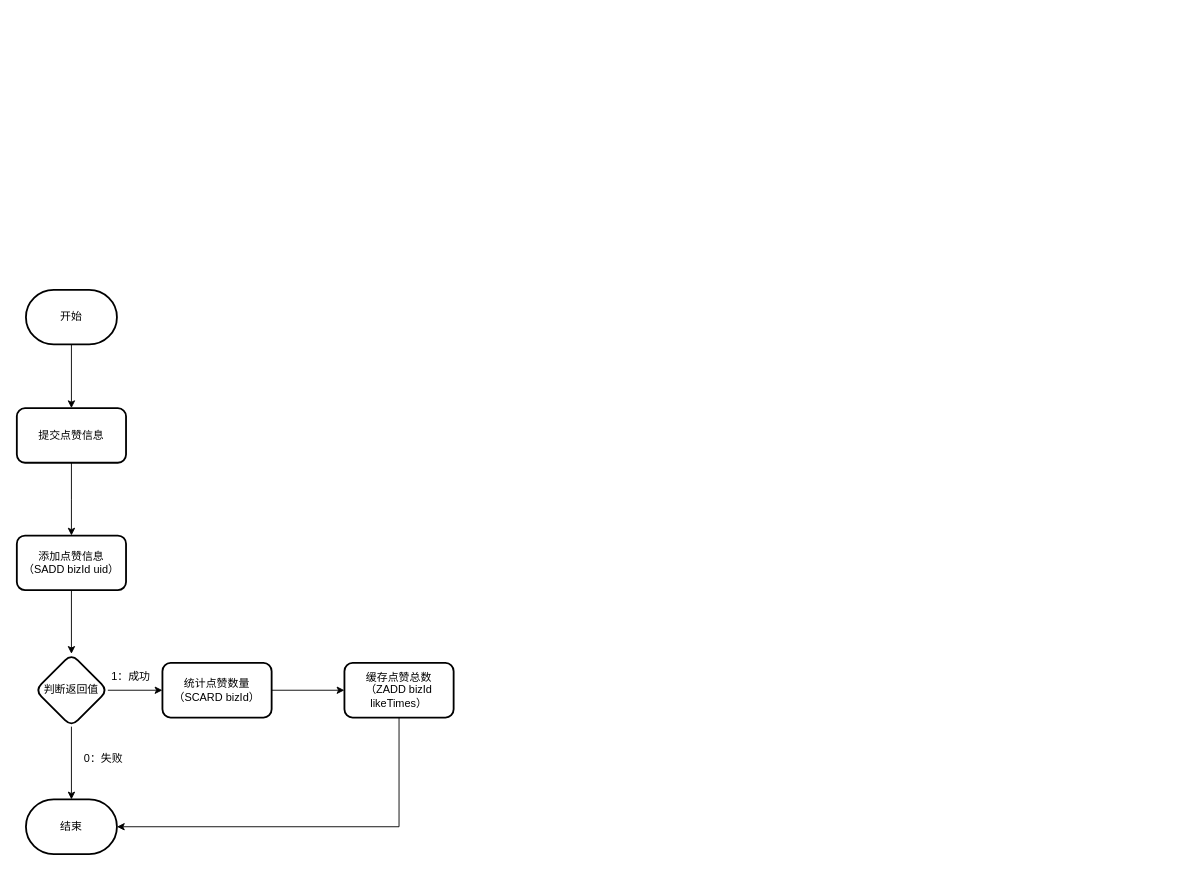
Before: learnhub/点赞流程图.drawio in lianyutian/drawio, a draw.io diagram. Source tidied: cells renumbered, new cells numbered last; positions are measured from the earlier drawing's top-left corner, leaving out a move shared by most shapes. Both pictures are drawn from the tidied source at 91%, with x=0, y=0 at pixel (16, 289).
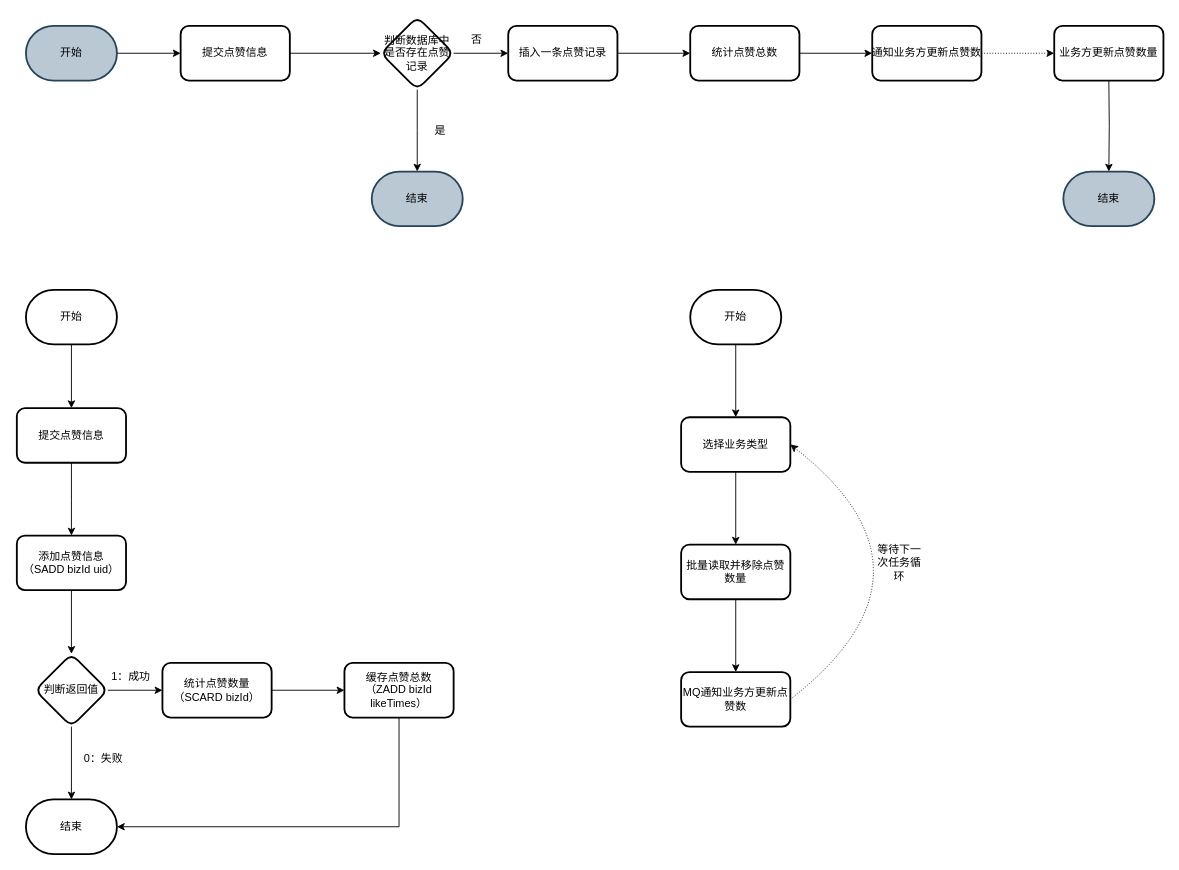
Above is the later version.

Commit message (it also covers changes not shown here):
更新点赞流程图.drawio

Change to the diagram source:
```diff
@@
+    <mxCell id="18" style="edgeStyle=orthogonalEdgeStyle;rounded=0;jettySize=auto;html=1;" parent="1" edge="1" source="19" target="21">
+      <mxGeometry relative="1" as="geometry" />
+    </mxCell>
+    <mxCell id="19" value="开始" style="strokeWidth=2;html=1;shape=mxgraph.flowchart.terminator;whiteSpace=wrap;" parent="1" vertex="1">
+      <mxGeometry x="740" width="100" height="60" as="geometry" />
+    </mxCell>
+    <mxCell id="20" style="edgeStyle=orthogonalEdgeStyle;rounded=0;jettySize=auto;html=1;" parent="1" edge="1" source="21" target="23">
+      <mxGeometry relative="1" as="geometry" />
+    </mxCell>
+    <mxCell id="21" value="选择业务类型" style="rounded=1;whiteSpace=wrap;html=1;strokeWidth=2;" parent="1" vertex="1">
+      <mxGeometry x="730" y="140" width="120" height="60" as="geometry" />
+    </mxCell>
+    <mxCell id="22" style="edgeStyle=orthogonalEdgeStyle;rounded=0;jettySize=auto;html=1;" parent="1" edge="1" source="23" target="24">
+      <mxGeometry relative="1" as="geometry" />
+    </mxCell>
+    <mxCell id="23" value="批量读取并移除点赞数量" style="rounded=1;whiteSpace=wrap;html=1;strokeWidth=2;" parent="1" vertex="1">
+      <mxGeometry x="730" y="280" width="120" height="60" as="geometry" />
+    </mxCell>
+    <mxCell id="24" value="MQ通知业务方更新点赞数" style="rounded=1;whiteSpace=wrap;html=1;strokeWidth=2;" parent="1" vertex="1">
+      <mxGeometry x="730" y="420" width="120" height="60" as="geometry" />
+    </mxCell>
+    <mxCell id="25" style="endArrow=classic;html=1;rounded=0;entryX=1;entryY=0.5;entryDx=0;entryDy=0;exitX=1;exitY=0.5;exitDx=0;exitDy=0;curved=1;dashed=1;dashPattern=1 2;" parent="1" edge="1" source="24" target="21">
+      <mxGeometry relative="1" as="geometry">
+        <Array as="points">
+          <mxPoint x="1030" y="310" />
+        </Array>
+      </mxGeometry>
+    </mxCell>
+    <mxCell id="26" value="等待下一次任务循环" style="text;html=1;align=center;verticalAlign=middle;whiteSpace=wrap;rounded=0;" parent="1" vertex="1">
+      <mxGeometry x="940" y="285" width="60" height="30" as="geometry" />
+    </mxCell>
+    <mxCell id="27" style="edgeStyle=orthogonalEdgeStyle;rounded=0;jettySize=auto;html=1;" parent="1" edge="1" source="28" target="30">
+      <mxGeometry relative="1" as="geometry" />
+    </mxCell>
+    <mxCell id="28" value="开始" style="strokeWidth=2;html=1;shape=mxgraph.flowchart.terminator;whiteSpace=wrap;fillColor=#bac8d3;strokeColor=#23445d;" parent="1" vertex="1">
+      <mxGeometry x="10" y="-290" width="100" height="60" as="geometry" />
+    </mxCell>
+    <mxCell id="29" style="edgeStyle=orthogonalEdgeStyle;rounded=0;jettySize=auto;html=1;" parent="1" edge="1" source="30" target="33">
+      <mxGeometry relative="1" as="geometry" />
+    </mxCell>
+    <mxCell id="30" value="提交点赞信息" style="rounded=1;whiteSpace=wrap;html=1;strokeWidth=2;" parent="1" vertex="1">
+      <mxGeometry x="180" y="-290" width="120" height="60" as="geometry" />
+    </mxCell>
+    <mxCell id="31" style="edgeStyle=orthogonalEdgeStyle;rounded=0;jettySize=auto;html=1;" parent="1" edge="1" source="33" target="35">
+      <mxGeometry relative="1" as="geometry" />
+    </mxCell>
+    <mxCell id="32" style="edgeStyle=orthogonalEdgeStyle;rounded=0;jettySize=auto;html=1;" parent="1" edge="1" source="33">
+      <mxGeometry relative="1" as="geometry">
+        <mxPoint x="440" y="-130" as="targetPoint" />
+      </mxGeometry>
+    </mxCell>
+    <mxCell id="33" value="判断数据库中是否存在点赞记录" style="rhombus;whiteSpace=wrap;html=1;rounded=1;strokeWidth=2;" parent="1" vertex="1">
+      <mxGeometry x="400" y="-300" width="80" height="80" as="geometry" />
+    </mxCell>
+    <mxCell id="34" style="edgeStyle=orthogonalEdgeStyle;rounded=0;jettySize=auto;html=1;" parent="1" edge="1" source="35" target="38">
+      <mxGeometry relative="1" as="geometry" />
+    </mxCell>
+    <mxCell id="35" value="插入一条点赞记录" style="rounded=1;whiteSpace=wrap;html=1;strokeWidth=2;" parent="1" vertex="1">
+      <mxGeometry x="540" y="-290" width="120" height="60" as="geometry" />
+    </mxCell>
+    <mxCell id="36" value="否" style="text;html=1;align=center;verticalAlign=middle;strokeColor=none;fillColor=none;" parent="1" vertex="1">
+      <mxGeometry x="485" y="-290" width="40" height="30" as="geometry" />
+    </mxCell>
+    <mxCell id="37" style="edgeStyle=orthogonalEdgeStyle;rounded=0;jettySize=auto;html=1;" parent="1" edge="1" source="38" target="40">
+      <mxGeometry relative="1" as="geometry" />
+    </mxCell>
+    <mxCell id="38" value="统计点赞总数" style="rounded=1;whiteSpace=wrap;html=1;strokeWidth=2;" parent="1" vertex="1">
+      <mxGeometry x="740" y="-290" width="120" height="60" as="geometry" />
+    </mxCell>
+    <mxCell id="39" style="edgeStyle=orthogonalEdgeStyle;rounded=0;jettySize=auto;html=1;dashed=1;dashPattern=1 2;" parent="1" edge="1" source="40">
+      <mxGeometry relative="1" as="geometry">
+        <mxPoint x="1140" y="-260" as="targetPoint" />
+      </mxGeometry>
+    </mxCell>
+    <mxCell id="40" value="&lt;span style=&quot;text-wrap: nowrap;&quot;&gt;通知业务方更新点赞数&lt;/span&gt;" style="rounded=1;whiteSpace=wrap;html=1;strokeWidth=2;" parent="1" vertex="1">
+      <mxGeometry x="940" y="-290" width="120" height="60" as="geometry" />
+    </mxCell>
+    <mxCell id="41" style="edgeStyle=orthogonalEdgeStyle;rounded=0;jettySize=auto;html=1;entryX=0.5;entryY=0;entryDx=0;entryDy=0;entryPerimeter=0;" parent="1" edge="1" target="43">
+      <mxGeometry relative="1" as="geometry">
+        <mxPoint x="1200" y="-230" as="sourcePoint" />
+      </mxGeometry>
+    </mxCell>
+    <mxCell id="42" value="业务方更新点赞数量" style="rounded=1;whiteSpace=wrap;html=1;strokeWidth=2;" parent="1" vertex="1">
+      <mxGeometry x="1140" y="-290" width="120" height="60" as="geometry" />
+    </mxCell>
+    <mxCell id="43" value="结束" style="strokeWidth=2;html=1;shape=mxgraph.flowchart.terminator;whiteSpace=wrap;fillColor=#bac8d3;strokeColor=#23445d;" parent="1" vertex="1">
+      <mxGeometry x="1150" y="-130" width="100" height="60" as="geometry" />
+    </mxCell>
+    <mxCell id="44" value="结束" style="strokeWidth=2;html=1;shape=mxgraph.flowchart.terminator;whiteSpace=wrap;fillColor=#bac8d3;strokeColor=#23445d;" parent="1" vertex="1">
+      <mxGeometry x="390" y="-130" width="100" height="60" as="geometry" />
+    </mxCell>
+    <mxCell id="45" value="是" style="text;html=1;align=center;verticalAlign=middle;strokeColor=none;fillColor=none;" parent="1" vertex="1">
+      <mxGeometry x="445" y="-190" width="40" height="30" as="geometry" />
+    </mxCell>
```
